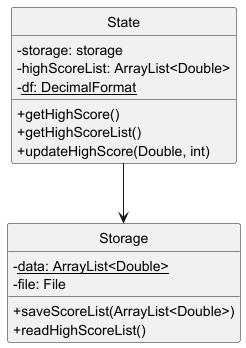
This is docs/images/StateClassDiagram.png from AY2425S2-CS2113-F13-2/tp, a PlantUML export, as it was before one commit.
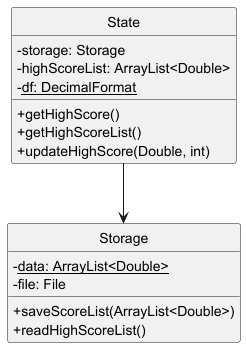
The same diagram one commit later.

Commit message:
Update class diagram

Diff of the diagram source:
```diff
@@ -10,7 +10,7 @@
 }
 
 class State {
-    - storage: storage
+    - storage: Storage
     - highScoreList: ArrayList<Double>
     - <u>df: DecimalFormat
     + getHighScore()
```
